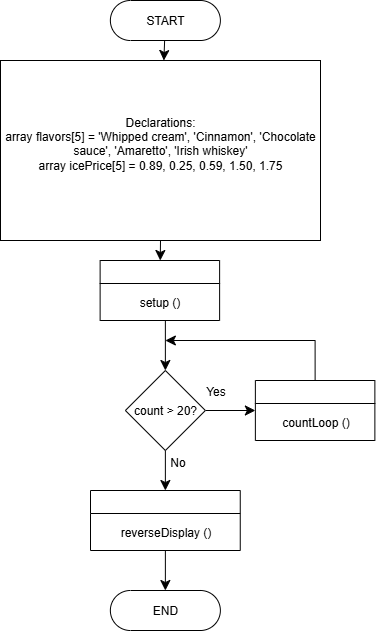
Above: Module 7 - Arrays Exercise 2 - Connor Bowles.drawio.png in CBowles10/SDEV_120_FALL2025_CBOWLES (draw.io), before the change. Source tidied: cells renumbered, new cells last; positions are measured from the earlier drawing's top-left corner, leaving out a move shared by most shapes.
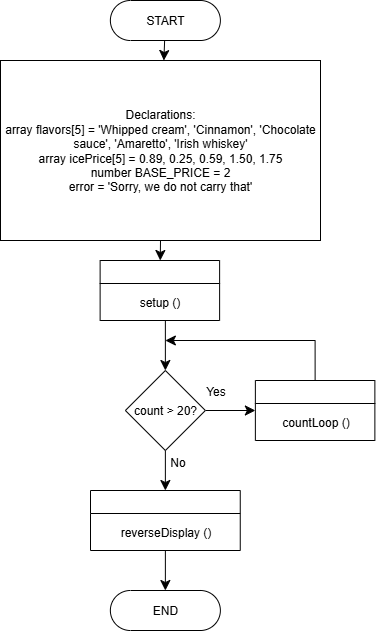
Above is the later version.

Diff of the diagram source:
```diff
@@ -11,7 +11,7 @@
     <mxCell id="4" style="edgeStyle=none;curved=1;rounded=0;jettySize=auto;html=1;exitX=0.5;exitY=1;exitDx=0;exitDy=0;fontSize=12;startSize=8;endSize=8;" parent="1" edge="1" source="5" target="15">
       <mxGeometry relative="1" as="geometry" />
     </mxCell>
-    <mxCell id="5" value="Declarations:&lt;div&gt;array flavors[5] = 'Whipped cream', 'Cinnamon', 'Chocolate sauce', 'Amaretto', 'Irish whiskey'&lt;br&gt;array icePrice[5] = 0.89, 0.25, 0.59, 1.50, 1.75&lt;br&gt;&lt;br&gt;&lt;/div&gt;" style="rounded=0;whiteSpace=wrap;html=1;" parent="1" vertex="1">
+    <mxCell id="5" value="Declarations:&lt;div&gt;array flavors[5] = 'Whipped cream', 'Cinnamon', 'Chocolate sauce', 'Amaretto', 'Irish whiskey'&lt;br&gt;array icePrice[5] = 0.89, 0.25, 0.59, 1.50, 1.75&lt;br&gt;number BASE_PRICE = 2&lt;br&gt;error = 'Sorry, we do not carry that'&lt;/div&gt;" style="rounded=0;whiteSpace=wrap;html=1;" parent="1" vertex="1">
       <mxGeometry y="60" width="320" height="180" as="geometry" />
     </mxCell>
     <mxCell id="6" style="edgeStyle=none;curved=1;rounded=0;jettySize=auto;html=1;fontSize=12;startSize=8;endSize=8;entryX=0;entryY=0.5;entryDx=0;entryDy=0;" parent="1" edge="1" source="10" target="12">
```
